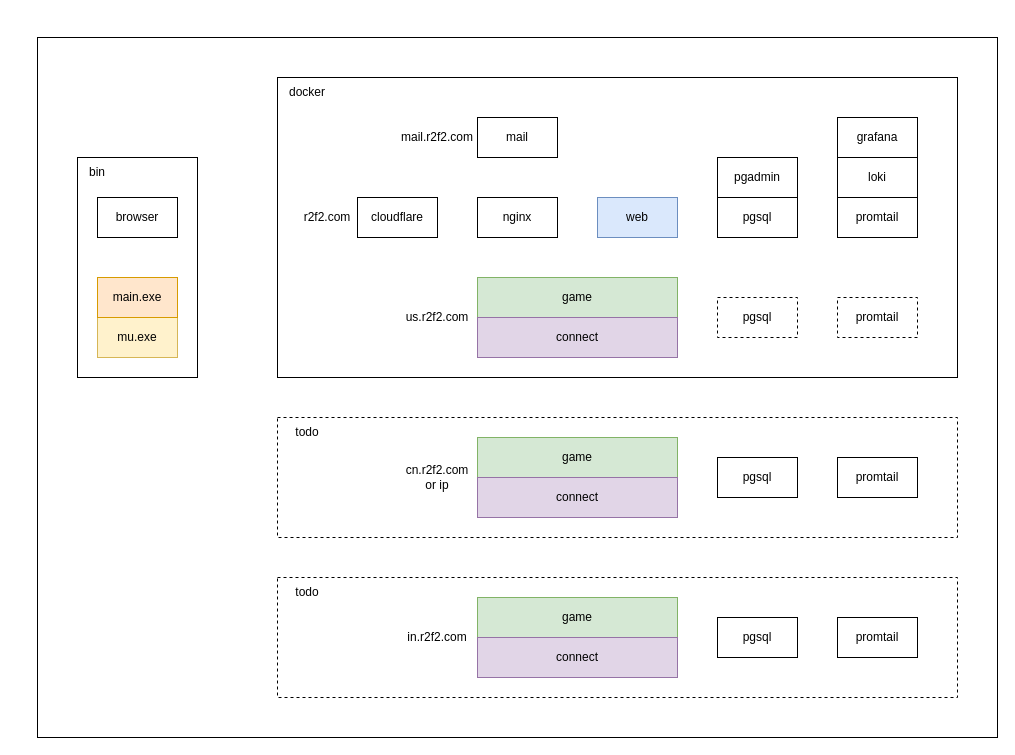
xujintao/balgass keeps this draw.io diagram as docker/deploy.drawio. Above is the earlier version. Source tidied: cells renumbered, new cells numbered last; positions are measured from the earlier drawing's top-left corner, leaving out a move shared by most shapes. Both pictures are drawn from the tidied source at 100%, with x=0, y=0 at pixel (37, 37).
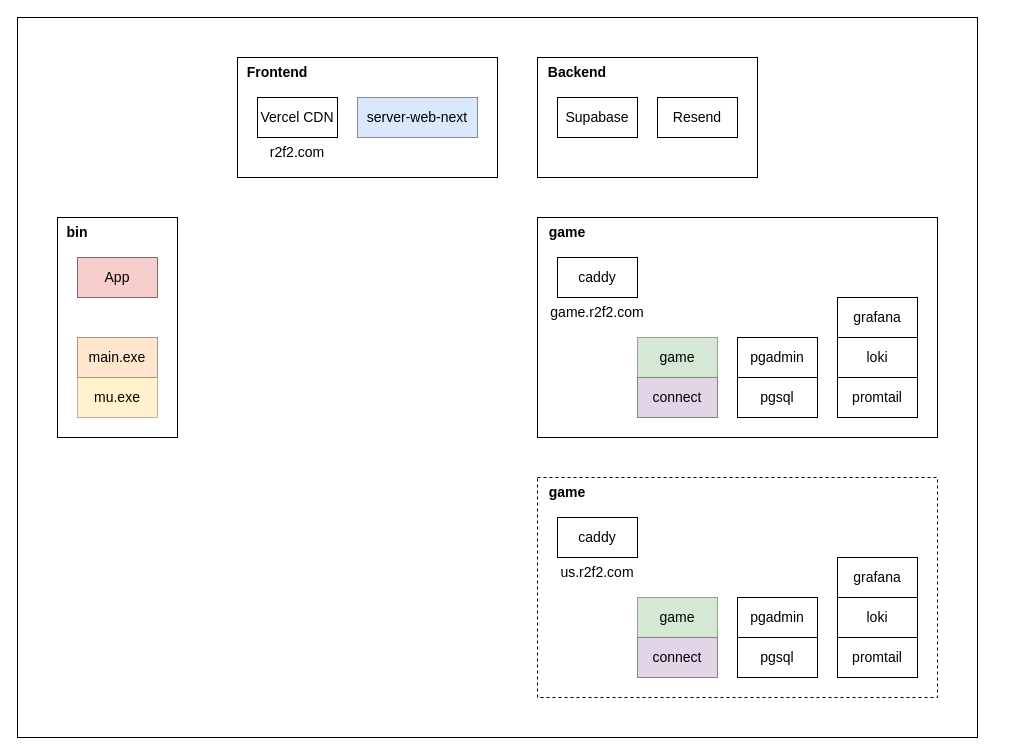
The same page after the edit.

Commit message (it also covers changes not shown here):
docs/feat: update system and deployment diagrams

Change to the diagram source:
```diff
@@
-    <mxCell id="2" style="rounded=0;whiteSpace=wrap;html=1;" parent="1" vertex="1">
-      <mxGeometry width="960" height="700" as="geometry" />
-    </mxCell>
-    <mxCell id="3" style="rounded=0;whiteSpace=wrap;html=1;dashed=1;" parent="1" vertex="1">
-      <mxGeometry x="240" y="540" width="680" height="120" as="geometry" />
-    </mxCell>
+    <mxCell id="40" style="rounded=0;whiteSpace=wrap;html=1;fillColor=none;fontSize=14;" parent="1" vertex="1">
+      <mxGeometry x="-20" y="-20" width="960" height="720" as="geometry" />
+    </mxCell>
+    <mxCell id="41" style="rounded=0;whiteSpace=wrap;html=1;fillColor=none;fontSize=14;" parent="1" vertex="1">
+      <mxGeometry x="500" y="20" width="220" height="120" as="geometry" />
+    </mxCell>
+    <mxCell id="42" style="rounded=0;whiteSpace=wrap;html=1;fillColor=none;fontSize=14;" parent="1" vertex="1">
+      <mxGeometry x="200" y="20" width="260" height="120" as="geometry" />
+    </mxCell>
+    <mxCell id="6" style="rounded=0;whiteSpace=wrap;html=1;dashed=1;fontSize=14;fillColor=none;" parent="1" vertex="1">
+      <mxGeometry x="500" y="440" width="400" height="220" as="geometry" />
+    </mxCell>
+    <mxCell id="5" style="rounded=0;whiteSpace=wrap;html=1;fontSize=14;fillColor=none;" parent="1" vertex="1">
+      <mxGeometry x="500" y="180" width="400" height="220" as="geometry" />
+    </mxCell>
-    <mxCell id="4" style="rounded=0;whiteSpace=wrap;html=1;" parent="1" vertex="1">
-      <mxGeometry x="40" y="120" width="120" height="220" as="geometry" />
+    <mxCell id="4" style="rounded=0;whiteSpace=wrap;html=1;fontSize=14;fillColor=none;" parent="1" vertex="1">
+      <mxGeometry x="20" y="180" width="120" height="220" as="geometry" />
     </mxCell>
-    <mxCell id="5" style="rounded=0;whiteSpace=wrap;html=1;" parent="1" vertex="1">
-      <mxGeometry x="240" y="40" width="680" height="300" as="geometry" />
-    </mxCell>
-    <mxCell id="6" style="rounded=0;whiteSpace=wrap;html=1;dashed=1;" parent="1" vertex="1">
-      <mxGeometry x="240" y="380" width="680" height="120" as="geometry" />
-    </mxCell>
-    <mxCell id="7" value="nginx" style="rounded=0;whiteSpace=wrap;html=1;" parent="1" vertex="1">
-      <mxGeometry x="440" y="160" width="80" height="40" as="geometry" />
+    <mxCell id="7" value="caddy" style="rounded=0;whiteSpace=wrap;html=1;fontSize=14;" parent="1" vertex="1">
+      <mxGeometry x="520" y="220" width="80" height="40" as="geometry" />
     </mxCell>
-    <mxCell id="8" value="web" style="rounded=0;whiteSpace=wrap;html=1;strokeWidth=1;fillColor=#dae8fc;strokeColor=#6c8ebf;" parent="1" vertex="1">
-      <mxGeometry x="560" y="160" width="80" height="40" as="geometry" />
+    <mxCell id="8" value="Vercel CDN" style="rounded=0;whiteSpace=wrap;html=1;strokeWidth=1;fontSize=14;" parent="1" vertex="1">
+      <mxGeometry x="220" y="60" width="80" height="40" as="geometry" />
     </mxCell>
-    <mxCell id="9" value="pgsql" style="rounded=0;whiteSpace=wrap;html=1;" parent="1" vertex="1">
-      <mxGeometry x="680" y="160" width="80" height="40" as="geometry" />
-    </mxCell>
-    <mxCell id="10" value="game" style="rounded=0;whiteSpace=wrap;html=1;strokeWidth=1;fillColor=#d5e8d4;strokeColor=#82b366;" parent="1" vertex="1">
-      <mxGeometry x="440" y="240" width="200" height="40" as="geometry" />
+    <mxCell id="10" value="game" style="rounded=0;whiteSpace=wrap;html=1;strokeWidth=1;fillColor=#d5e8d4;strokeColor=#82b366;fontSize=14;" parent="1" vertex="1">
+      <mxGeometry x="600" y="300" width="80" height="40" as="geometry" />
     </mxCell>
-    <mxCell id="11" value="connect" style="rounded=0;whiteSpace=wrap;html=1;strokeWidth=1;fillColor=#e1d5e7;strokeColor=#9673a6;" parent="1" vertex="1">
-      <mxGeometry x="440" y="280" width="200" height="40" as="geometry" />
+    <mxCell id="11" value="connect" style="rounded=0;whiteSpace=wrap;html=1;strokeWidth=1;fillColor=#e1d5e7;strokeColor=#9673a6;fontSize=14;" parent="1" vertex="1">
+      <mxGeometry x="600" y="340" width="80" height="40" as="geometry" />
     </mxCell>
-    <mxCell id="12" value="pgsql" style="rounded=0;whiteSpace=wrap;html=1;dashed=1;" parent="1" vertex="1">
-      <mxGeometry x="680" y="260" width="80" height="40" as="geometry" />
+    <mxCell id="12" value="pgsql" style="rounded=0;whiteSpace=wrap;html=1;fontSize=14;" parent="1" vertex="1">
+      <mxGeometry x="700" y="340" width="80" height="40" as="geometry" />
     </mxCell>
-    <mxCell id="13" value="us.r2f2.com" style="text;html=1;strokeColor=none;fillColor=none;align=center;verticalAlign=middle;whiteSpace=wrap;rounded=0;" parent="1" vertex="1">
-      <mxGeometry x="370" y="265" width="60" height="30" as="geometry" />
+    <mxCell id="13" value="game.r2f2.com" style="text;html=1;strokeColor=none;fillColor=none;align=center;verticalAlign=middle;whiteSpace=wrap;rounded=0;fontSize=14;" parent="1" vertex="1">
+      <mxGeometry x="510" y="260" width="100" height="30" as="geometry" />
     </mxCell>
-    <mxCell id="14" value="game" style="rounded=0;whiteSpace=wrap;html=1;strokeWidth=1;fillColor=#d5e8d4;strokeColor=#82b366;" parent="1" vertex="1">
-      <mxGeometry x="440" y="400" width="200" height="40" as="geometry" />
-    </mxCell>
-    <mxCell id="15" value="connect" style="rounded=0;whiteSpace=wrap;html=1;strokeWidth=1;fillColor=#e1d5e7;strokeColor=#9673a6;" parent="1" vertex="1">
-      <mxGeometry x="440" y="440" width="200" height="40" as="geometry" />
-    </mxCell>
-    <mxCell id="16" value="pgsql" style="rounded=0;whiteSpace=wrap;html=1;" parent="1" vertex="1">
-      <mxGeometry x="680" y="420" width="80" height="40" as="geometry" />
-    </mxCell>
-    <mxCell id="17" value="cn.r2f2.com&lt;br&gt;or ip" style="text;html=1;strokeColor=none;fillColor=none;align=center;verticalAlign=middle;whiteSpace=wrap;rounded=0;" parent="1" vertex="1">
-      <mxGeometry x="370" y="425" width="60" height="30" as="geometry" />
-    </mxCell>
-    <mxCell id="18" value="game" style="rounded=0;whiteSpace=wrap;html=1;strokeWidth=1;fillColor=#d5e8d4;strokeColor=#82b366;" parent="1" vertex="1">
-      <mxGeometry x="440" y="560" width="200" height="40" as="geometry" />
-    </mxCell>
-    <mxCell id="19" value="connect" style="rounded=0;whiteSpace=wrap;html=1;strokeWidth=1;fillColor=#e1d5e7;strokeColor=#9673a6;" parent="1" vertex="1">
-      <mxGeometry x="440" y="600" width="200" height="40" as="geometry" />
-    </mxCell>
-    <mxCell id="20" value="pgsql" style="rounded=0;whiteSpace=wrap;html=1;" parent="1" vertex="1">
-      <mxGeometry x="680" y="580" width="80" height="40" as="geometry" />
-    </mxCell>
-    <mxCell id="21" value="in.r2f2.com" style="text;html=1;strokeColor=none;fillColor=none;align=center;verticalAlign=middle;whiteSpace=wrap;rounded=0;" parent="1" vertex="1">
-      <mxGeometry x="370" y="585" width="60" height="30" as="geometry" />
-    </mxCell>
-    <mxCell id="22" value="r2f2.com" style="text;html=1;strokeColor=none;fillColor=none;align=center;verticalAlign=middle;whiteSpace=wrap;rounded=0;" parent="1" vertex="1">
-      <mxGeometry x="260" y="165" width="60" height="30" as="geometry" />
-    </mxCell>
-    <mxCell id="23" value="mail" style="rounded=0;whiteSpace=wrap;html=1;" parent="1" vertex="1">
-      <mxGeometry x="440" y="80" width="80" height="40" as="geometry" />
+    <mxCell id="23" value="server-web-next" style="rounded=0;whiteSpace=wrap;html=1;fontSize=14;fillColor=#dae8fc;strokeColor=#6c8ebf;" parent="1" vertex="1">
+      <mxGeometry x="320" y="60" width="120" height="40" as="geometry" />
     </mxCell>
-    <mxCell id="24" value="pgadmin" style="rounded=0;whiteSpace=wrap;html=1;" parent="1" vertex="1">
-      <mxGeometry x="680" y="120" width="80" height="40" as="geometry" />
+    <mxCell id="24" value="pgadmin" style="rounded=0;whiteSpace=wrap;html=1;fontSize=14;" parent="1" vertex="1">
+      <mxGeometry x="700" y="300" width="80" height="40" as="geometry" />
     </mxCell>
-    <mxCell id="25" value="mail.r2f2.com" style="text;html=1;strokeColor=none;fillColor=none;align=center;verticalAlign=middle;whiteSpace=wrap;rounded=0;" parent="1" vertex="1">
-      <mxGeometry x="370" y="85" width="60" height="30" as="geometry" />
-    </mxCell>
-    <mxCell id="26" value="grafana" style="rounded=0;whiteSpace=wrap;html=1;" parent="1" vertex="1">
-      <mxGeometry x="800" y="80" width="80" height="40" as="geometry" />
+    <mxCell id="26" value="grafana" style="rounded=0;whiteSpace=wrap;html=1;fontSize=14;" parent="1" vertex="1">
+      <mxGeometry x="800" y="260" width="80" height="40" as="geometry" />
     </mxCell>
-    <mxCell id="27" value="loki" style="rounded=0;whiteSpace=wrap;html=1;" parent="1" vertex="1">
-      <mxGeometry x="800" y="120" width="80" height="40" as="geometry" />
+    <mxCell id="27" value="loki" style="rounded=0;whiteSpace=wrap;html=1;fontSize=14;" parent="1" vertex="1">
+      <mxGeometry x="800" y="300" width="80" height="40" as="geometry" />
     </mxCell>
-    <mxCell id="28" value="promtail" style="rounded=0;whiteSpace=wrap;html=1;dashed=1;" parent="1" vertex="1">
-      <mxGeometry x="800" y="260" width="80" height="40" as="geometry" />
-    </mxCell>
-    <mxCell id="29" value="browser" style="rounded=0;whiteSpace=wrap;html=1;" parent="1" vertex="1">
-      <mxGeometry x="60" y="160" width="80" height="40" as="geometry" />
+    <mxCell id="29" value="App" style="rounded=0;whiteSpace=wrap;html=1;fontSize=14;fillColor=#f8cecc;strokeColor=#b85450;" parent="1" vertex="1">
+      <mxGeometry x="40" y="220" width="80" height="40" as="geometry" />
     </mxCell>
-    <mxCell id="30" value="mu.exe" style="rounded=0;whiteSpace=wrap;html=1;strokeWidth=1;fillColor=#fff2cc;strokeColor=#d6b656;" parent="1" vertex="1">
-      <mxGeometry x="60" y="280" width="80" height="40" as="geometry" />
+    <mxCell id="30" value="mu.exe" style="rounded=0;whiteSpace=wrap;html=1;strokeWidth=1;fillColor=#fff2cc;strokeColor=#d6b656;fontSize=14;" parent="1" vertex="1">
+      <mxGeometry x="40" y="340" width="80" height="40" as="geometry" />
     </mxCell>
-    <mxCell id="31" value="main.exe" style="rounded=0;whiteSpace=wrap;html=1;strokeWidth=1;fillColor=#ffe6cc;strokeColor=#d79b00;" parent="1" vertex="1">
-      <mxGeometry x="60" y="240" width="80" height="40" as="geometry" />
+    <mxCell id="31" value="main.exe" style="rounded=0;whiteSpace=wrap;html=1;strokeWidth=1;fillColor=#ffe6cc;strokeColor=#d79b00;fontSize=14;" parent="1" vertex="1">
+      <mxGeometry x="40" y="300" width="80" height="40" as="geometry" />
     </mxCell>
-    <mxCell id="32" value="cloudflare" style="rounded=0;whiteSpace=wrap;html=1;" parent="1" vertex="1">
-      <mxGeometry x="320" y="160" width="80" height="40" as="geometry" />
-    </mxCell>
-    <mxCell id="33" value="docker" style="text;html=1;align=center;verticalAlign=middle;whiteSpace=wrap;rounded=0;" parent="1" vertex="1">
-      <mxGeometry x="240" y="40" width="60" height="30" as="geometry" />
+    <mxCell id="33" value="game" style="text;html=1;align=center;verticalAlign=middle;whiteSpace=wrap;rounded=0;fontSize=14;fontStyle=1;" parent="1" vertex="1">
+      <mxGeometry x="500" y="180" width="60" height="30" as="geometry" />
     </mxCell>
-    <mxCell id="34" value="bin" style="text;html=1;align=center;verticalAlign=middle;whiteSpace=wrap;rounded=0;" parent="1" vertex="1">
-      <mxGeometry x="30" y="120" width="60" height="30" as="geometry" />
+    <mxCell id="34" value="bin" style="text;html=1;align=center;verticalAlign=middle;whiteSpace=wrap;rounded=0;fontSize=14;fontStyle=1;" parent="1" vertex="1">
+      <mxGeometry x="20" y="180" width="40" height="30" as="geometry" />
     </mxCell>
-    <mxCell id="35" value="todo" style="text;html=1;align=center;verticalAlign=middle;whiteSpace=wrap;rounded=0;" parent="1" vertex="1">
-      <mxGeometry x="240" y="380" width="60" height="30" as="geometry" />
-    </mxCell>
-    <mxCell id="36" value="promtail" style="rounded=0;whiteSpace=wrap;html=1;" parent="1" vertex="1">
-      <mxGeometry x="800" y="420" width="80" height="40" as="geometry" />
-    </mxCell>
-    <mxCell id="37" value="promtail" style="rounded=0;whiteSpace=wrap;html=1;" parent="1" vertex="1">
-      <mxGeometry x="800" y="580" width="80" height="40" as="geometry" />
-    </mxCell>
-    <mxCell id="38" value="promtail" style="rounded=0;whiteSpace=wrap;html=1;" parent="1" vertex="1">
-      <mxGeometry x="800" y="160" width="80" height="40" as="geometry" />
+    <mxCell id="38" value="promtail" style="rounded=0;whiteSpace=wrap;html=1;fontSize=14;" parent="1" vertex="1">
+      <mxGeometry x="800" y="340" width="80" height="40" as="geometry" />
     </mxCell>
-    <mxCell id="39" value="todo" style="text;html=1;align=center;verticalAlign=middle;whiteSpace=wrap;rounded=0;" parent="1" vertex="1">
-      <mxGeometry x="240" y="540" width="60" height="30" as="geometry" />
-    </mxCell>
+    <mxCell id="43" value="Supabase" style="rounded=0;whiteSpace=wrap;html=1;fontSize=14;" parent="1" vertex="1">
+      <mxGeometry x="520" y="60" width="80" height="40" as="geometry" />
+    </mxCell>
+    <mxCell id="44" value="Resend" style="rounded=0;whiteSpace=wrap;html=1;fontSize=14;" parent="1" vertex="1">
+      <mxGeometry x="620" y="60" width="80" height="40" as="geometry" />
+    </mxCell>
+    <mxCell id="45" value="caddy" style="rounded=0;whiteSpace=wrap;html=1;fontSize=14;" parent="1" vertex="1">
+      <mxGeometry x="520" y="480" width="80" height="40" as="geometry" />
+    </mxCell>
+    <mxCell id="46" value="game" style="rounded=0;whiteSpace=wrap;html=1;strokeWidth=1;fillColor=#d5e8d4;strokeColor=#82b366;fontSize=14;" parent="1" vertex="1">
+      <mxGeometry x="600" y="560" width="80" height="40" as="geometry" />
+    </mxCell>
+    <mxCell id="47" value="connect" style="rounded=0;whiteSpace=wrap;html=1;strokeWidth=1;fillColor=#e1d5e7;strokeColor=#9673a6;fontSize=14;" parent="1" vertex="1">
+      <mxGeometry x="600" y="600" width="80" height="40" as="geometry" />
+    </mxCell>
+    <mxCell id="48" value="pgsql" style="rounded=0;whiteSpace=wrap;html=1;fontSize=14;" parent="1" vertex="1">
+      <mxGeometry x="700" y="600" width="80" height="40" as="geometry" />
+    </mxCell>
+    <mxCell id="49" value="us.r2f2.com" style="text;html=1;strokeColor=none;fillColor=none;align=center;verticalAlign=middle;whiteSpace=wrap;rounded=0;fontSize=14;" parent="1" vertex="1">
+      <mxGeometry x="510" y="520" width="100" height="30" as="geometry" />
+    </mxCell>
+    <mxCell id="50" value="pgadmin" style="rounded=0;whiteSpace=wrap;html=1;fontSize=14;" parent="1" vertex="1">
+      <mxGeometry x="700" y="560" width="80" height="40" as="geometry" />
+    </mxCell>
+    <mxCell id="51" value="grafana" style="rounded=0;whiteSpace=wrap;html=1;fontSize=14;" parent="1" vertex="1">
+      <mxGeometry x="800" y="520" width="80" height="40" as="geometry" />
+    </mxCell>
+    <mxCell id="52" value="loki" style="rounded=0;whiteSpace=wrap;html=1;fontSize=14;" parent="1" vertex="1">
+      <mxGeometry x="800" y="560" width="80" height="40" as="geometry" />
+    </mxCell>
+    <mxCell id="53" value="promtail" style="rounded=0;whiteSpace=wrap;html=1;fontSize=14;" parent="1" vertex="1">
+      <mxGeometry x="800" y="600" width="80" height="40" as="geometry" />
+    </mxCell>
+    <mxCell id="54" value="game" style="text;html=1;align=center;verticalAlign=middle;whiteSpace=wrap;rounded=0;fontSize=14;fontStyle=1;" parent="1" vertex="1">
+      <mxGeometry x="500" y="440" width="60" height="30" as="geometry" />
+    </mxCell>
+    <mxCell id="55" value="Frontend" style="text;html=1;align=center;verticalAlign=middle;whiteSpace=wrap;rounded=0;fontSize=14;fontStyle=1;" parent="1" vertex="1">
+      <mxGeometry x="200" y="20" width="80" height="30" as="geometry" />
+    </mxCell>
+    <mxCell id="22" value="r2f2.com" style="text;html=1;strokeColor=none;fillColor=none;align=center;verticalAlign=middle;whiteSpace=wrap;rounded=0;fontSize=14;" parent="1" vertex="1">
+      <mxGeometry x="210" y="100" width="100" height="30" as="geometry" />
+    </mxCell>
+    <mxCell id="56" value="Backend" style="text;html=1;align=center;verticalAlign=middle;whiteSpace=wrap;rounded=0;fontSize=14;fontStyle=1;" parent="1" vertex="1">
+      <mxGeometry x="500" y="20" width="80" height="30" as="geometry" />
+    </mxCell>
```
